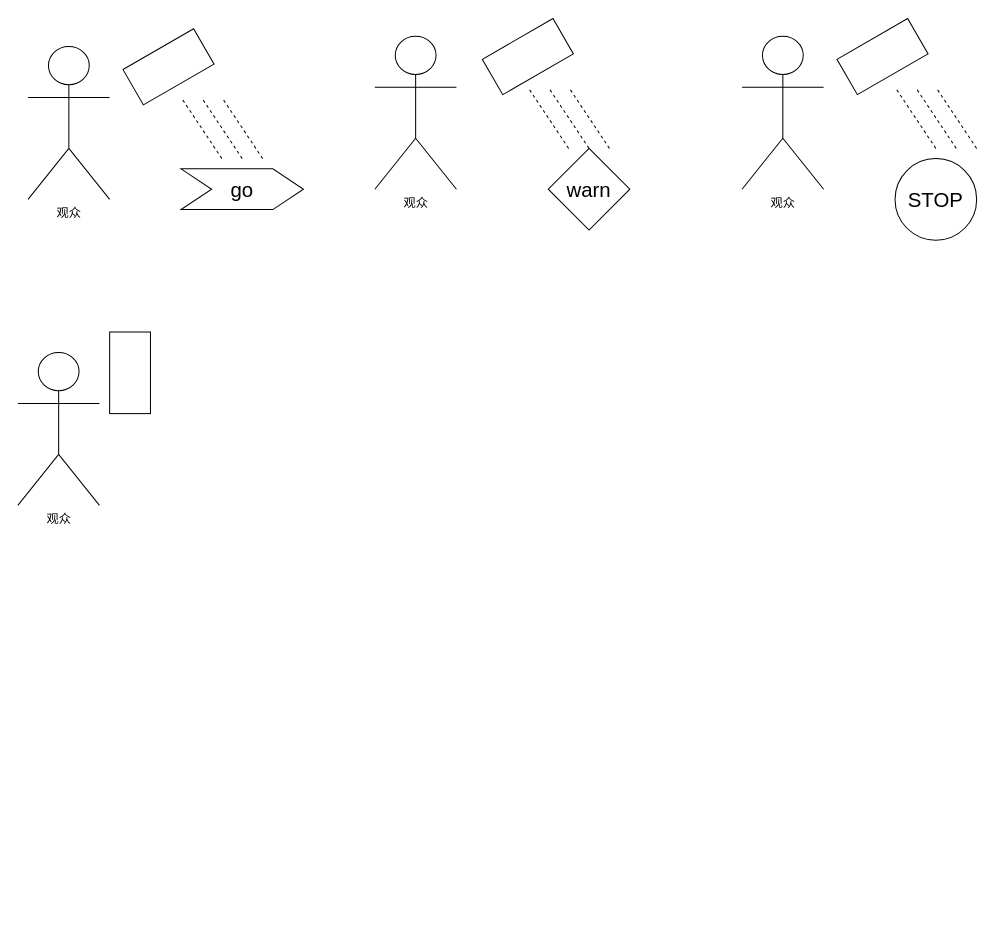
Above: job/Untitled Diagram.drawio in fengjiahao/drawio (draw.io), before the change. Source tidied: cells renumbered, new cells numbered last; positions are measured from the earlier drawing's top-left corner, leaving out a move shared by most shapes. Both pictures are drawn from the tidied source at 102%, with x=0, y=0 at pixel (17, 36).
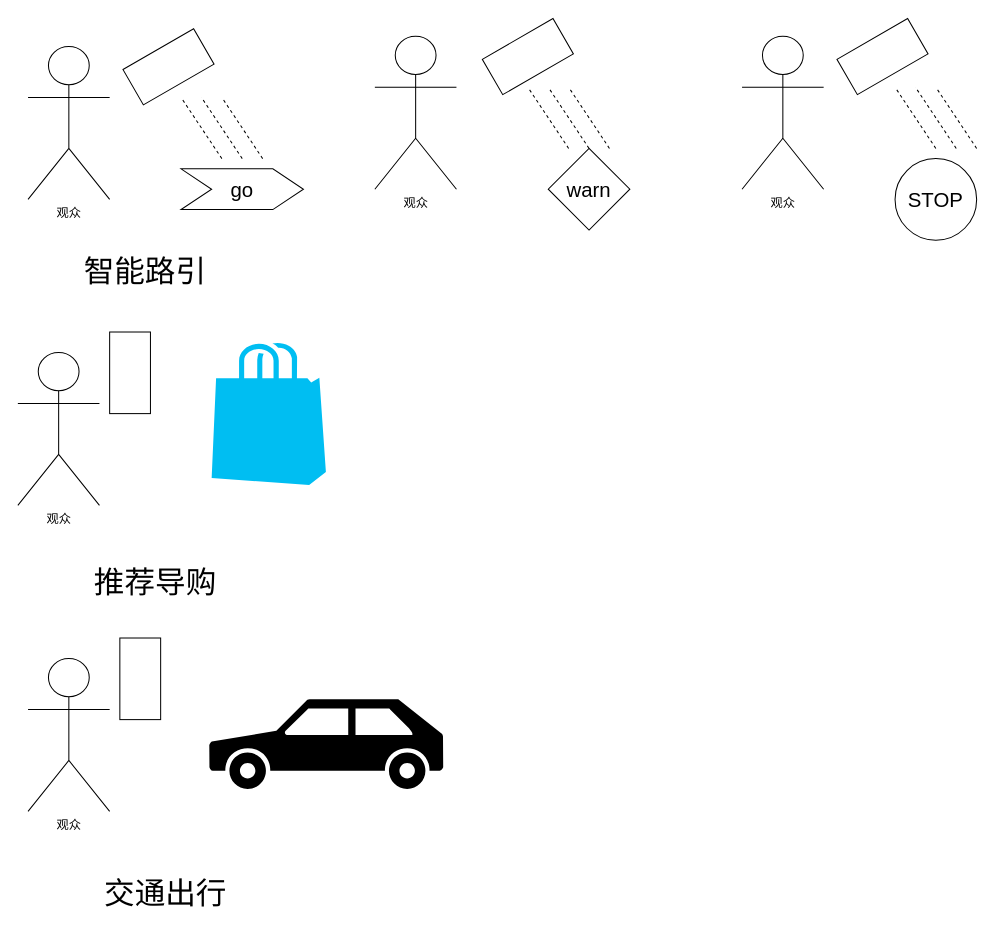
The same page after the edit.

Diff of the diagram source:
```diff
@@
-<mxGraphModel>
+<mxGraphModel background="#ffffff">
@@
+    <mxCell id="22" style="verticalLabelPosition=bottom;html=1;verticalAlign=top;align=center;strokeColor=none;fillColor=#00BEF2;shape=mxgraph.azure.azure_marketplace;fontSize=20;" parent="1" vertex="1">
+      <mxGeometry x="190" y="300" width="112" height="140" as="geometry" />
+    </mxCell>
+    <mxCell id="23" value="观众" style="shape=umlActor;verticalLabelPosition=bottom;verticalAlign=top;html=1;" parent="1" vertex="1">
+      <mxGeometry x="10" y="610" width="80" height="150" as="geometry" />
+    </mxCell>
+    <mxCell id="24" style="rounded=0;whiteSpace=wrap;html=1;rotation=-90;" parent="1" vertex="1">
+      <mxGeometry x="80" y="610" width="80" height="40" as="geometry" />
+    </mxCell>
+    <mxCell id="25" style="shape=mxgraph.signs.transportation.car_3;html=1;fillColor=#000000;strokeColor=none;verticalLabelPosition=bottom;verticalAlign=top;align=center;fontSize=20;" parent="1" vertex="1">
+      <mxGeometry x="187.7" y="650" width="229.3" height="88" as="geometry" />
+    </mxCell>
+    <mxCell id="26" value="&lt;font style=&quot;font-size: 30px&quot;&gt;智能路引&lt;/font&gt;" style="text;html=1;strokeColor=none;fillColor=none;align=center;verticalAlign=middle;whiteSpace=wrap;rounded=0;fontSize=20;" parent="1" vertex="1">
+      <mxGeometry x="60" y="220" width="130" height="20" as="geometry" />
+    </mxCell>
+    <mxCell id="27" value="&lt;span style=&quot;font-size: 30px&quot;&gt;推荐导购&lt;/span&gt;" style="text;html=1;strokeColor=none;fillColor=none;align=center;verticalAlign=middle;whiteSpace=wrap;rounded=0;fontSize=20;" parent="1" vertex="1">
+      <mxGeometry x="70" y="525" width="130" height="20" as="geometry" />
+    </mxCell>
+    <mxCell id="28" value="&lt;span style=&quot;font-size: 30px&quot;&gt;交通出行&lt;/span&gt;" style="text;html=1;strokeColor=none;fillColor=none;align=center;verticalAlign=middle;whiteSpace=wrap;rounded=0;fontSize=20;" parent="1" vertex="1">
+      <mxGeometry x="80" y="830" width="130" height="20" as="geometry" />
+    </mxCell>
```
